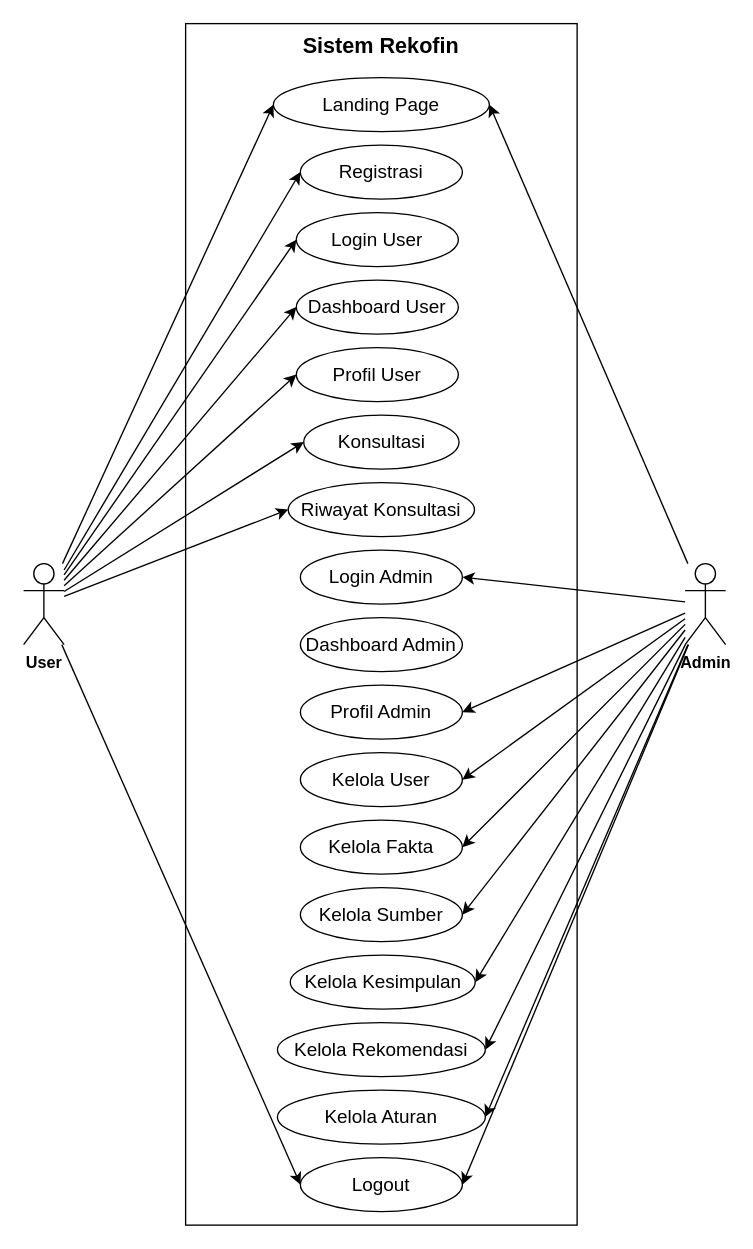
Earlier version of the draw.io diagram page "UML" (3 of 13) of dokumentasi/bab3/diagram-bab-3.drawio (fadlanrizki/rekofin-ui). Source tidied: cells renumbered, new cells numbered last; positions are measured from the earlier drawing's top-left corner, leaving out a move shared by most shapes. Both pictures are drawn from the tidied source at 135%, with x=0, y=0 at pixel (23, 23).
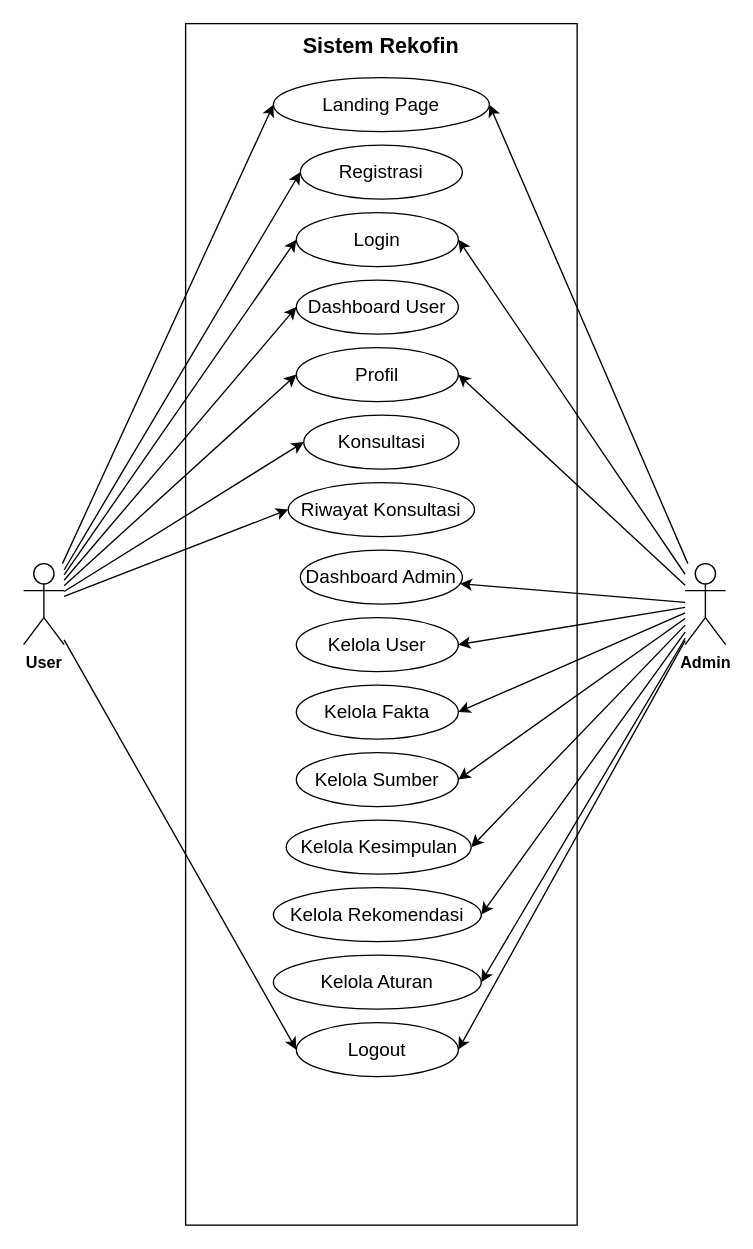
Above is the later version.

Commit message (it also covers changes not shown here):
Add activity diagrams for user and admin

The change refers to these unchanged cells:
```xml
<mxCell id="22" value="&lt;b&gt;Admin&lt;/b&gt;" style="shape=umlActor;verticalLabelPosition=bottom;verticalAlign=top;html=1;outlineConnect=0;" parent="1" vertex="1">
  <mxGeometry x="490" y="400" width="30" height="60" as="geometry" />
</mxCell>
```

The edit, as a diff of the source:
```diff
@@
-    <mxCell id="14" style="rounded=0;jettySize=auto;html=1;entryX=1;entryY=0.5;entryDx=0;entryDy=0;" parent="1" edge="1" source="22" target="34">
-      <mxGeometry relative="1" as="geometry" />
-    </mxCell>
-    <mxCell id="15" style="rounded=0;jettySize=auto;html=1;entryX=1;entryY=0.5;entryDx=0;entryDy=0;" parent="1" edge="1" source="22" target="31">
-      <mxGeometry relative="1" as="geometry" />
-    </mxCell>
@@
+    <mxCell id="40" style="rounded=0;jettySize=auto;html=1;entryX=1;entryY=0.5;entryDx=0;entryDy=0;" parent="1" edge="1" source="22" target="28">
+      <mxGeometry relative="1" as="geometry" />
+    </mxCell>
+    <mxCell id="41" style="rounded=0;jettySize=auto;html=1;" parent="1" edge="1" source="22" target="39">
+      <mxGeometry relative="1" as="geometry" />
+    </mxCell>
+    <mxCell id="42" style="rounded=0;jettySize=auto;html=1;entryX=1;entryY=0.5;entryDx=0;entryDy=0;" parent="1" edge="1" source="22" target="23">
+      <mxGeometry relative="1" as="geometry" />
+    </mxCell>
@@
-    <mxCell id="23" value="Profil User" style="ellipse;whiteSpace=wrap;html=1;fontSize=14;" parent="1" vertex="1">
+    <mxCell id="23" value="Profil" style="ellipse;whiteSpace=wrap;html=1;fontSize=14;" parent="1" vertex="1">
       <mxGeometry x="202" y="240" width="120" height="40" as="geometry" />
     </mxCell>
@@
-    <mxCell id="28" value="Login User" style="ellipse;whiteSpace=wrap;html=1;fontSize=14;" parent="1" vertex="1">
+    <mxCell id="28" value="Login" style="ellipse;whiteSpace=wrap;html=1;fontSize=14;" parent="1" vertex="1">
       <mxGeometry x="202" y="140" width="120" height="40" as="geometry" />
     </mxCell>
@@
     <mxCell id="30" value="Logout" style="ellipse;whiteSpace=wrap;html=1;fontSize=14;" parent="1" vertex="1">
-      <mxGeometry x="205" y="840" width="120" height="40" as="geometry" />
+      <mxGeometry x="202" y="740" width="120" height="40" as="geometry" />
     </mxCell>
-    <mxCell id="31" value="Profil Admin" style="ellipse;whiteSpace=wrap;html=1;fontSize=14;" parent="1" vertex="1">
-      <mxGeometry x="205" y="490" width="120" height="40" as="geometry" />
-    </mxCell>
     <mxCell id="32" value="Kelola User" style="ellipse;whiteSpace=wrap;html=1;fontSize=14;" parent="1" vertex="1">
-      <mxGeometry x="205" y="540" width="120" height="40" as="geometry" />
+      <mxGeometry x="202" y="440" width="120" height="40" as="geometry" />
     </mxCell>
     <mxCell id="33" value="Kelola Fakta" style="ellipse;whiteSpace=wrap;html=1;fontSize=14;" parent="1" vertex="1">
-      <mxGeometry x="205" y="590" width="120" height="40" as="geometry" />
+      <mxGeometry x="202" y="490" width="120" height="40" as="geometry" />
     </mxCell>
-    <mxCell id="34" value="Login Admin" style="ellipse;whiteSpace=wrap;html=1;fontSize=14;" parent="1" vertex="1">
-      <mxGeometry x="205" y="390" width="120" height="40" as="geometry" />
-    </mxCell>
     <mxCell id="35" value="Kelola Sumber" style="ellipse;whiteSpace=wrap;html=1;fontSize=14;" parent="1" vertex="1">
-      <mxGeometry x="205" y="640" width="120" height="40" as="geometry" />
+      <mxGeometry x="202" y="540" width="120" height="40" as="geometry" />
     </mxCell>
     <mxCell id="36" value="Kelola Kesimpulan" style="ellipse;whiteSpace=wrap;html=1;fontSize=14;" parent="1" vertex="1">
-      <mxGeometry x="197.5" y="690" width="137" height="40" as="geometry" />
+      <mxGeometry x="194.5" y="590" width="137" height="40" as="geometry" />
     </mxCell>
     <mxCell id="37" value="Kelola Rekomendasi" style="ellipse;whiteSpace=wrap;html=1;fontSize=14;" parent="1" vertex="1">
-      <mxGeometry x="188" y="740" width="154" height="40" as="geometry" />
+      <mxGeometry x="185" y="640" width="154" height="40" as="geometry" />
     </mxCell>
     <mxCell id="38" value="Kelola Aturan" style="ellipse;whiteSpace=wrap;html=1;fontSize=14;" parent="1" vertex="1">
-      <mxGeometry x="188" y="790" width="154" height="40" as="geometry" />
+      <mxGeometry x="185" y="690" width="154" height="40" as="geometry" />
     </mxCell>
     <mxCell id="39" value="Dashboard Admin" style="ellipse;whiteSpace=wrap;html=1;fontSize=14;" parent="1" vertex="1">
-      <mxGeometry x="205" y="440" width="120" height="40" as="geometry" />
+      <mxGeometry x="205" y="390" width="120" height="40" as="geometry" />
     </mxCell>
```
